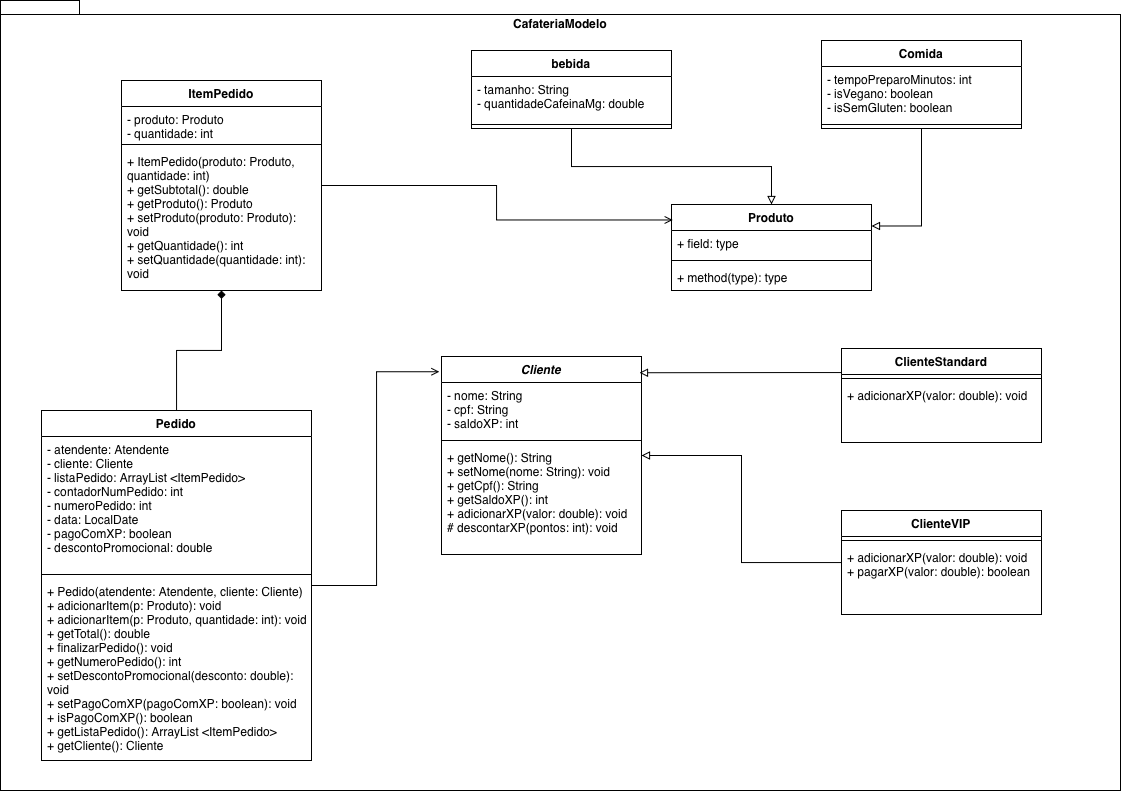
Earlier version of the draw.io export docs/Diagrama_OO-Página-1.drawio.png (TrabalhoFinal-OO/Byte-Brew). Source tidied: cells renumbered, new cells last; positions are measured from the earlier drawing's top-left corner, leaving out a move shared by most shapes.
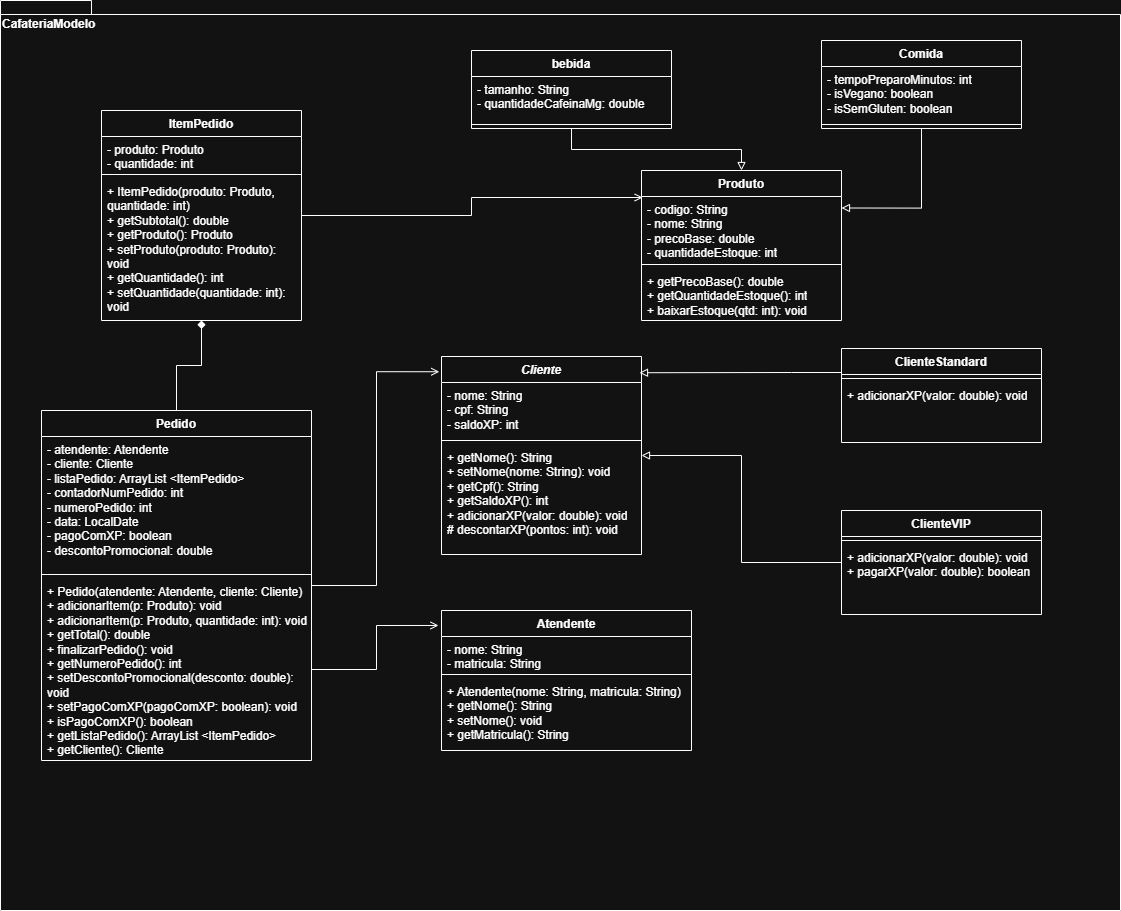
After the change.

Commit message:
Atualização: classe Atendente

Change to the diagram source:
```diff
@@ -2,8 +2,8 @@
   <root>
     <mxCell id="0" />
     <mxCell id="1" parent="0" />
-    <mxCell id="2" value="CafateriaModelo" style="shape=folder;fontStyle=1;spacingTop=10;tabWidth=40;tabHeight=14;tabPosition=left;html=1;whiteSpace=wrap;labelBackgroundColor=none;verticalAlign=top;" parent="1" vertex="1">
-      <mxGeometry width="1120" height="790" as="geometry" />
+    <mxCell id="2" value="CafateriaModelo" style="shape=folder;fontStyle=1;spacingTop=10;tabWidth=40;tabHeight=14;tabPosition=left;html=1;whiteSpace=wrap;labelBackgroundColor=none;verticalAlign=top;align=left;" parent="1" vertex="1">
+      <mxGeometry width="1120" height="910" as="geometry" />
     </mxCell>
     <mxCell id="3" value="&lt;i&gt;Cliente&lt;/i&gt;" style="swimlane;fontStyle=1;align=center;verticalAlign=top;horizontal=1;startSize=26;whiteSpace=wrap;html=1;labelBackgroundColor=none;" parent="1" vertex="1">
       <mxGeometry x="441" y="356" width="200" height="198" as="geometry" />
@@ -27,7 +27,7 @@
       <mxGeometry y="34" width="200" height="60" as="geometry" />
     </mxCell>
     <mxCell id="10" value="ItemPedido" style="swimlane;fontStyle=1;align=center;verticalAlign=top;horizontal=1;startSize=26;whiteSpace=wrap;html=1;labelBackgroundColor=none;" parent="1" vertex="1">
-      <mxGeometry x="121" y="80" width="200" height="210" as="geometry" />
+      <mxGeometry x="101" y="110" width="200" height="210" as="geometry" />
     </mxCell>
     <mxCell id="11" value="&lt;div&gt;- produto: Produto&lt;/div&gt;&lt;div&gt;- quantidade: int&lt;/div&gt;" style="text;strokeColor=none;fillColor=none;align=left;verticalAlign=top;spacingLeft=4;spacingRight=4;overflow=hidden;whiteSpace=wrap;html=1;labelBackgroundColor=none;" parent="10" vertex="1">
       <mxGeometry y="26" width="200" height="34" as="geometry" />
@@ -66,16 +66,16 @@
       <mxGeometry y="70" width="200" height="8" as="geometry" />
     </mxCell>
     <mxCell id="23" value="Produto" style="swimlane;fontStyle=1;align=center;verticalAlign=top;horizontal=1;startSize=26;whiteSpace=wrap;html=1;labelBackgroundColor=none;" parent="1" vertex="1">
-      <mxGeometry x="671" y="204" width="200" height="86" as="geometry" />
+      <mxGeometry x="641" y="170" width="200" height="150" as="geometry" />
     </mxCell>
-    <mxCell id="24" value="+ field: type" style="text;strokeColor=none;fillColor=none;align=left;verticalAlign=top;spacingLeft=4;spacingRight=4;overflow=hidden;whiteSpace=wrap;html=1;labelBackgroundColor=none;" parent="23" vertex="1">
-      <mxGeometry y="26" width="200" height="26" as="geometry" />
+    <mxCell id="24" value="&lt;div&gt;- codigo: String&lt;/div&gt;&lt;div&gt;- nome: String&lt;/div&gt;&lt;div&gt;- precoBase: double&lt;/div&gt;&lt;div&gt;- quantidadeEstoque: int&lt;/div&gt;" style="text;strokeColor=none;fillColor=none;align=left;verticalAlign=top;spacingLeft=4;spacingRight=4;overflow=hidden;whiteSpace=wrap;html=1;labelBackgroundColor=none;" parent="23" vertex="1">
+      <mxGeometry y="26" width="200" height="64" as="geometry" />
     </mxCell>
     <mxCell id="25" style="line;strokeWidth=1;fillColor=none;align=left;verticalAlign=middle;spacingTop=-1;spacingLeft=3;spacingRight=3;labelPosition=right;labelBackgroundColor=none;" parent="23" vertex="1">
-      <mxGeometry y="52" width="200" height="8" as="geometry" />
+      <mxGeometry y="90" width="200" height="8" as="geometry" />
     </mxCell>
-    <mxCell id="26" value="+ method(type): type" style="text;strokeColor=none;fillColor=none;align=left;verticalAlign=top;spacingLeft=4;spacingRight=4;overflow=hidden;whiteSpace=wrap;html=1;labelBackgroundColor=none;" parent="23" vertex="1">
-      <mxGeometry y="60" width="200" height="26" as="geometry" />
+    <mxCell id="26" value="&lt;div&gt;+ getPrecoBase(): double&lt;/div&gt;&lt;div&gt;+ getQuantidadeEstoque(): int&lt;/div&gt;&lt;div&gt;+ baixarEstoque(qtd: int): void&lt;/div&gt;" style="text;strokeColor=none;fillColor=none;align=left;verticalAlign=top;spacingLeft=4;spacingRight=4;overflow=hidden;whiteSpace=wrap;html=1;labelBackgroundColor=none;" parent="23" vertex="1">
+      <mxGeometry y="98" width="200" height="52" as="geometry" />
     </mxCell>
     <mxCell id="27" value="Comida" style="swimlane;fontStyle=1;align=center;verticalAlign=top;horizontal=1;startSize=26;whiteSpace=wrap;html=1;labelBackgroundColor=none;" parent="1" vertex="1">
       <mxGeometry x="821" y="40" width="200" height="88" as="geometry" />
@@ -115,5 +115,20 @@
     <mxCell id="37" style="edgeStyle=orthogonalEdgeStyle;rounded=0;jettySize=auto;html=1;entryX=1;entryY=0.25;entryDx=0;entryDy=0;endArrow=block;endFill=0;" parent="1" edge="1" source="27" target="23">
       <mxGeometry relative="1" as="geometry" />
     </mxCell>
+    <mxCell id="38" value="Atendente" style="swimlane;fontStyle=1;align=center;verticalAlign=top;horizontal=1;startSize=26;whiteSpace=wrap;html=1;" parent="1" vertex="1">
+      <mxGeometry x="441" y="610" width="250" height="140" as="geometry" />
+    </mxCell>
+    <mxCell id="39" value="- nome: String&lt;div&gt;- matricula: String&lt;/div&gt;" style="text;strokeColor=none;fillColor=none;align=left;verticalAlign=top;spacingLeft=4;spacingRight=4;overflow=hidden;whiteSpace=wrap;html=1;" parent="38" vertex="1">
+      <mxGeometry y="26" width="250" height="34" as="geometry" />
+    </mxCell>
+    <mxCell id="40" style="line;strokeWidth=1;fillColor=none;align=left;verticalAlign=middle;spacingTop=-1;spacingLeft=3;spacingRight=3;labelPosition=right;strokeColor=inherit;" parent="38" vertex="1">
+      <mxGeometry y="60" width="250" height="8" as="geometry" />
+    </mxCell>
+    <mxCell id="41" value="+ Atendente(nome: String, matricula: String)&lt;div&gt;+ getNome(): String&lt;/div&gt;&lt;div&gt;+ setNome(): void&lt;/div&gt;&lt;div&gt;+ getMatricula(): String&lt;/div&gt;" style="text;strokeColor=none;fillColor=none;align=left;verticalAlign=top;spacingLeft=4;spacingRight=4;overflow=hidden;whiteSpace=wrap;html=1;" parent="38" vertex="1">
+      <mxGeometry y="68" width="250" height="72" as="geometry" />
+    </mxCell>
+    <mxCell id="42" style="edgeStyle=orthogonalEdgeStyle;rounded=0;jettySize=auto;html=1;exitX=1;exitY=0.5;exitDx=0;exitDy=0;entryX=-0.012;entryY=0.107;entryDx=0;entryDy=0;entryPerimeter=0;endArrow=open;endFill=0;" parent="1" edge="1" source="18" target="38">
+      <mxGeometry relative="1" as="geometry" />
+    </mxCell>
   </root>
 </mxGraphModel>
```
